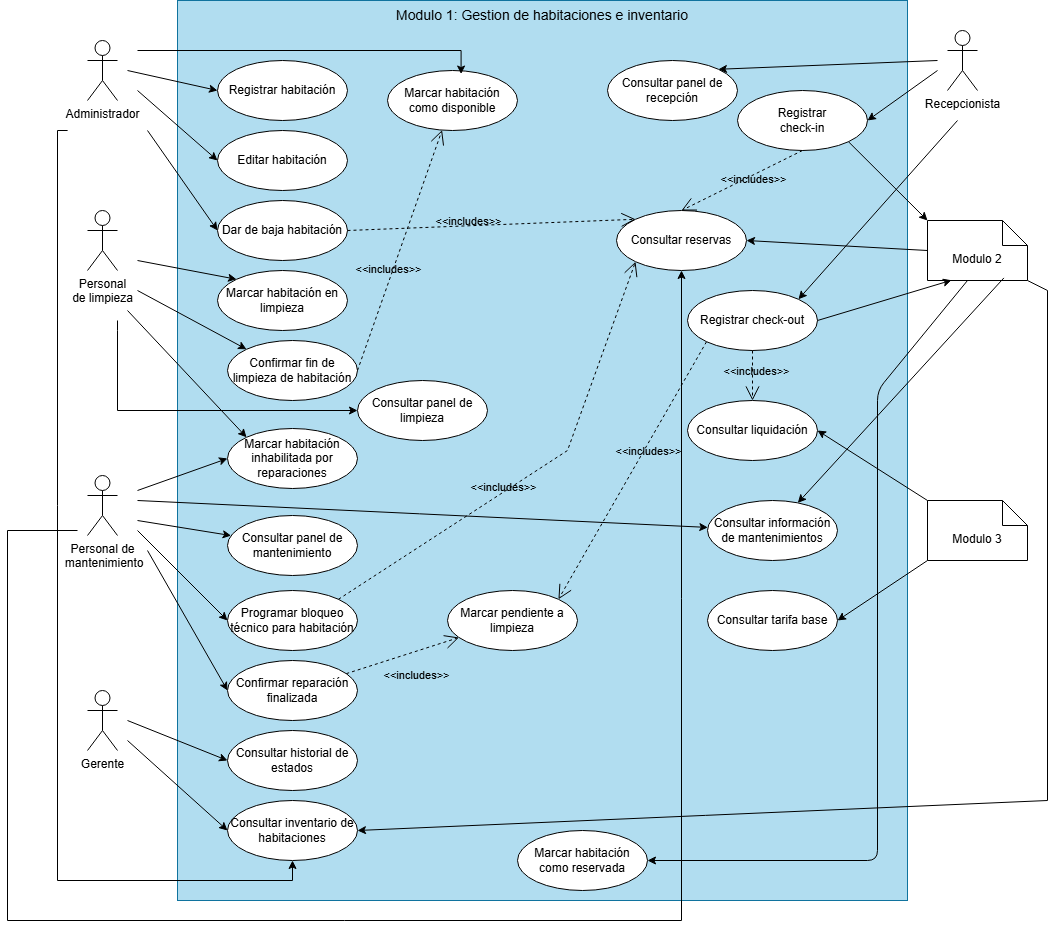
Above: documentos/diagramas/cdu-modulo-1.png in MirianMarriaga/hospitua-module-1 (draw.io), before the change. Source tidied: cells renumbered, new cells last; positions are measured from the earlier drawing's top-left corner, leaving out a move shared by most shapes.
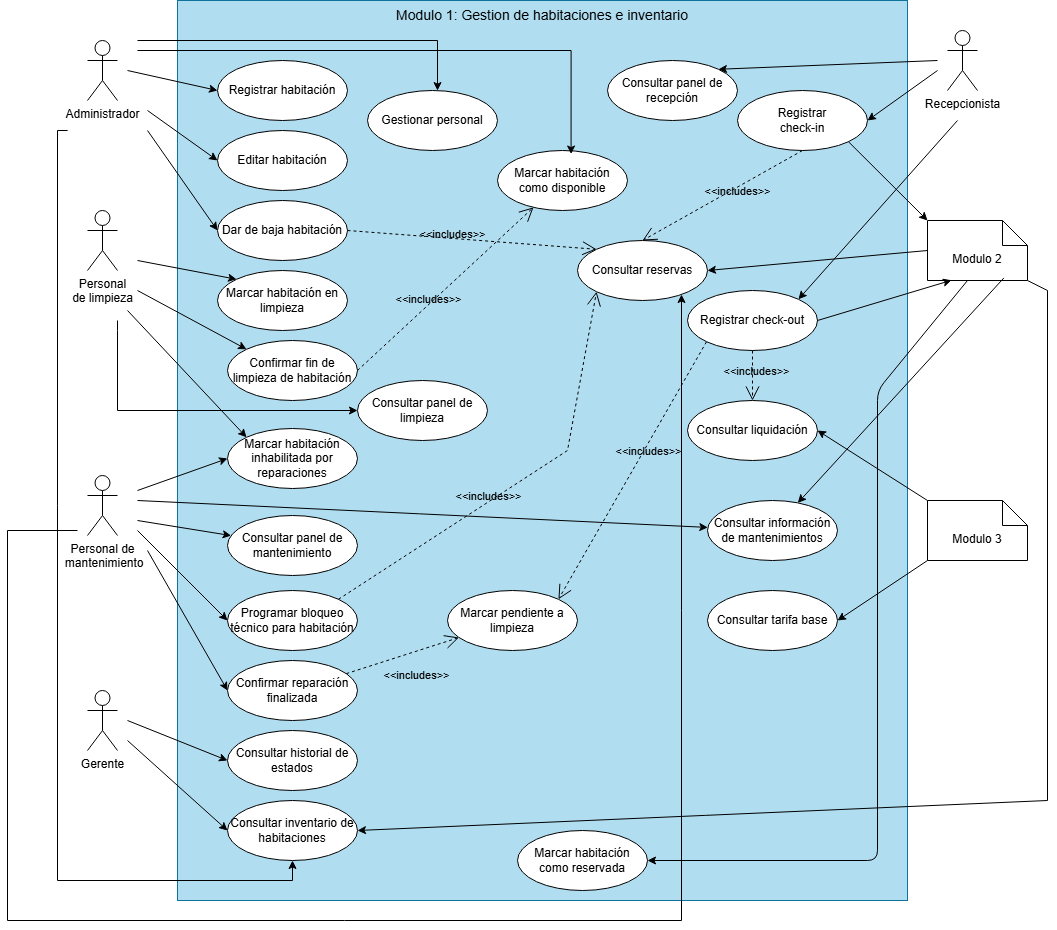
The same diagram one commit later.

Commit message:
docs: Añadir cdu faltante en casos de uso

Change to the diagram source:
```diff
@@ -39,7 +39,7 @@
     </mxCell>
     <mxCell id="13" style="endArrow=classic;html=1;rounded=0;endFill=1;entryX=0;entryY=0.5;entryDx=0;entryDy=0;labelBackgroundColor=none;fontColor=default;" parent="1" edge="1" target="11">
       <mxGeometry relative="1" as="geometry">
-        <mxPoint x="130" y="90" as="sourcePoint" />
+        <mxPoint x="140" y="110" as="sourcePoint" />
       </mxGeometry>
     </mxCell>
     <mxCell id="14" style="endArrow=classic;html=1;rounded=0;endFill=1;entryX=0;entryY=0.5;entryDx=0;entryDy=0;labelBackgroundColor=none;fontColor=default;" parent="1" edge="1" target="12">
@@ -129,7 +129,7 @@
       </mxGeometry>
     </mxCell>
     <mxCell id="36" value="Marcar habitación&lt;div&gt;como disponible&lt;/div&gt;" style="ellipse;whiteSpace=wrap;html=1;labelBackgroundColor=none;" parent="1" vertex="1">
-      <mxGeometry x="380" y="70" width="130" height="60" as="geometry" />
+      <mxGeometry x="490" y="150" width="130" height="60" as="geometry" />
     </mxCell>
     <mxCell id="37" value="&amp;lt;&amp;lt;includes&amp;gt;&amp;gt;" style="endArrow=open;endSize=12;dashed=1;html=1;rounded=0;exitX=1;exitY=0.5;exitDx=0;exitDy=0;labelBackgroundColor=none;fontColor=default;" parent="1" edge="1" source="18" target="36">
       <mxGeometry x="-0.17" y="4" relative="1" as="geometry" />
@@ -170,7 +170,7 @@
       <mxGeometry x="940" y="30" width="30" height="60" as="geometry" />
     </mxCell>
     <mxCell id="46" value="Consultar reservas" style="ellipse;whiteSpace=wrap;html=1;labelBackgroundColor=none;" parent="1" vertex="1">
-      <mxGeometry x="609" y="210" width="130" height="60" as="geometry" />
+      <mxGeometry x="570" y="240" width="130" height="60" as="geometry" />
     </mxCell>
     <mxCell id="47" value="&amp;lt;&amp;lt;includes&amp;gt;&amp;gt;" style="endArrow=open;endSize=12;dashed=1;html=1;rounded=0;exitX=0.5;exitY=1;exitDx=0;exitDy=0;entryX=0.5;entryY=0;entryDx=0;entryDy=0;labelBackgroundColor=none;fontColor=default;" parent="1" edge="1" source="28" target="46">
       <mxGeometry x="-0.16" y="4" relative="1" as="geometry" />
@@ -271,5 +271,17 @@
         </Array>
       </mxGeometry>
     </mxCell>
+    <mxCell id="69" value="Gestionar personal" style="ellipse;whiteSpace=wrap;html=1;labelBackgroundColor=none;" parent="1" vertex="1">
+      <mxGeometry x="360" y="90" width="130" height="60" as="geometry" />
+    </mxCell>
+    <mxCell id="70" style="endArrow=classic;html=1;rounded=0;endFill=1;edgeStyle=orthogonalEdgeStyle;labelBackgroundColor=none;fontColor=default;" parent="1" edge="1" target="69">
+      <mxGeometry x="0.34" relative="1" as="geometry">
+        <mxPoint x="130" y="40" as="sourcePoint" />
+        <Array as="points">
+          <mxPoint x="130" y="40" />
+          <mxPoint x="430" y="40" />
+        </Array>
+      </mxGeometry>
+    </mxCell>
   </root>
 </mxGraphModel>
```
